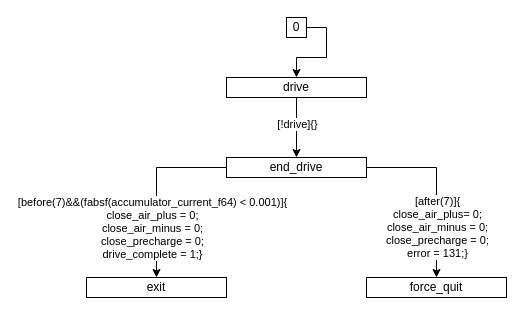
Earlier version of the draw.io diagram page "drive" (4 of 7) of xver/xsm/XML/graph.drawio (osceri/AMS-CC). Source tidied: cells renumbered, new cells numbered last; positions are measured from the earlier drawing's top-left corner, leaving out a move shared by most shapes. Both pictures are drawn from the tidied source at 100%, with x=0, y=0 at pixel (86, 17).
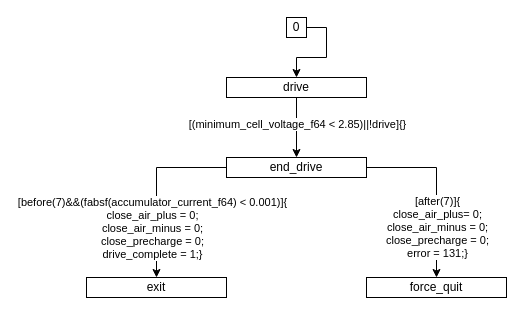
The same diagram, later.

Change to the diagram source:
```diff
@@
 <mxGraphModel>
   <root>
     <mxCell id="0" />
     <mxCell id="1" parent="0" />
     <mxCell id="2" style="edgeStyle=orthogonalEdgeStyle;rounded=0;jettySize=auto;html=1;exitX=1;exitY=0.5;exitDx=0;exitDy=0;entryX=0.5;entryY=0;entryDx=0;entryDy=0;" parent="1" edge="1" source="3" target="6">
       <mxGeometry relative="1" as="geometry" />
     </mxCell>
     <mxCell id="3" value="0" style="rounded=0;whiteSpace=wrap;html=1;" parent="1" vertex="1">
       <mxGeometry x="200" width="20" height="20" as="geometry" />
     </mxCell>
     <mxCell id="4" style="edgeStyle=orthogonalEdgeStyle;rounded=0;jettySize=auto;html=1;exitX=0.5;exitY=1;exitDx=0;exitDy=0;entryX=0.5;entryY=0;entryDx=0;entryDy=0;" parent="1" edge="1" source="6" target="11">
       <mxGeometry relative="1" as="geometry" />
     </mxCell>
-    <mxCell id="5" value="&lt;div&gt;[!drive]{}&lt;/div&gt;" style="edgeLabel;html=1;align=center;verticalAlign=middle;" parent="4" vertex="1">
+    <mxCell id="5" value="&lt;div&gt;[(minimum_cell_voltage_f64 &amp;lt; 2.85)||!drive]{}&lt;/div&gt;" style="edgeLabel;html=1;align=center;verticalAlign=middle;" parent="4" vertex="1">
       <mxGeometry x="-0.13" relative="1" as="geometry" />
     </mxCell>
     <mxCell id="6" value="&lt;div&gt;drive&lt;/div&gt;" style="rounded=0;whiteSpace=wrap;html=1;" parent="1" vertex="1">
       <mxGeometry x="140" y="60" width="140" height="20" as="geometry" />
     </mxCell>
     <mxCell id="7" style="edgeStyle=orthogonalEdgeStyle;rounded=0;jettySize=auto;html=1;exitX=0;exitY=0.5;exitDx=0;exitDy=0;entryX=0.5;entryY=0;entryDx=0;entryDy=0;" parent="1" edge="1" source="11" target="12">
       <mxGeometry relative="1" as="geometry" />
     </mxCell>
     <mxCell id="8" value="&lt;div&gt;[before(7)&amp;amp;&amp;amp;(fabsf(accumulator_current_f64) &amp;lt; 0.001)]{&lt;/div&gt;&lt;div&gt;close_air_plus = 0;&lt;/div&gt;&lt;div&gt;close_air_minus = 0;&lt;/div&gt;&lt;div&gt;close_precharge = 0;&lt;/div&gt;&lt;div&gt;drive_complete = 1;}&lt;/div&gt;" style="edgeLabel;html=1;align=center;verticalAlign=middle;" parent="7" vertex="1">
       <mxGeometry x="0.41" y="1" relative="1" as="geometry">
         <mxPoint x="-6" y="3" as="offset" />
       </mxGeometry>
     </mxCell>
     <mxCell id="9" style="edgeStyle=orthogonalEdgeStyle;rounded=0;jettySize=auto;html=1;exitX=1;exitY=0.5;exitDx=0;exitDy=0;entryX=0.5;entryY=0;entryDx=0;entryDy=0;" parent="1" edge="1" source="11" target="13">
       <mxGeometry relative="1" as="geometry" />
     </mxCell>
     <mxCell id="10" value="&lt;div&gt;[after(7)]{&lt;/div&gt;&lt;div&gt;close_air_plus= 0;&lt;/div&gt;&lt;div&gt;close_air_minus = 0;&lt;/div&gt;&lt;div&gt;close_precharge = 0;&lt;/div&gt;&lt;div&gt;error = 131;}&lt;/div&gt;" style="edgeLabel;html=1;align=center;verticalAlign=middle;" parent="9" vertex="1">
       <mxGeometry x="0.46" relative="1" as="geometry">
         <mxPoint y="-2" as="offset" />
       </mxGeometry>
     </mxCell>
     <mxCell id="11" value="end_drive" style="rounded=0;whiteSpace=wrap;html=1;" parent="1" vertex="1">
       <mxGeometry x="140" y="140" width="140" height="20" as="geometry" />
     </mxCell>
     <mxCell id="12" value="exit" style="rounded=0;whiteSpace=wrap;html=1;" parent="1" vertex="1">
       <mxGeometry y="260" width="140" height="20" as="geometry" />
     </mxCell>
     <mxCell id="13" value="force_quit" style="rounded=0;whiteSpace=wrap;html=1;" parent="1" vertex="1">
       <mxGeometry x="280" y="260" width="140" height="20" as="geometry" />
     </mxCell>
   </root>
 </mxGraphModel>
```
